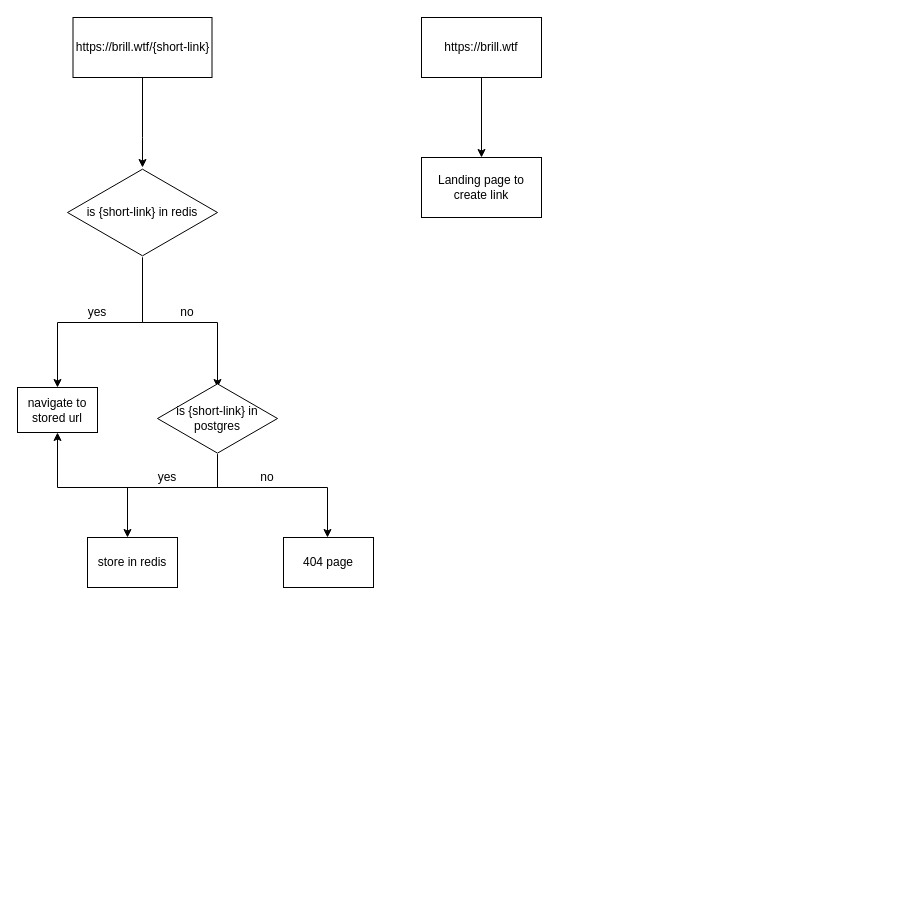
Before: brill-wtf-flow-architecture.drawio in cameronbrill/brill.wtf, a draw.io diagram. Source tidied: cells renumbered, new cells numbered last; positions are measured from the earlier drawing's top-left corner, leaving out a move shared by most shapes. Both pictures are drawn from the tidied source at 100%, with x=0, y=0 at pixel (17, 17).
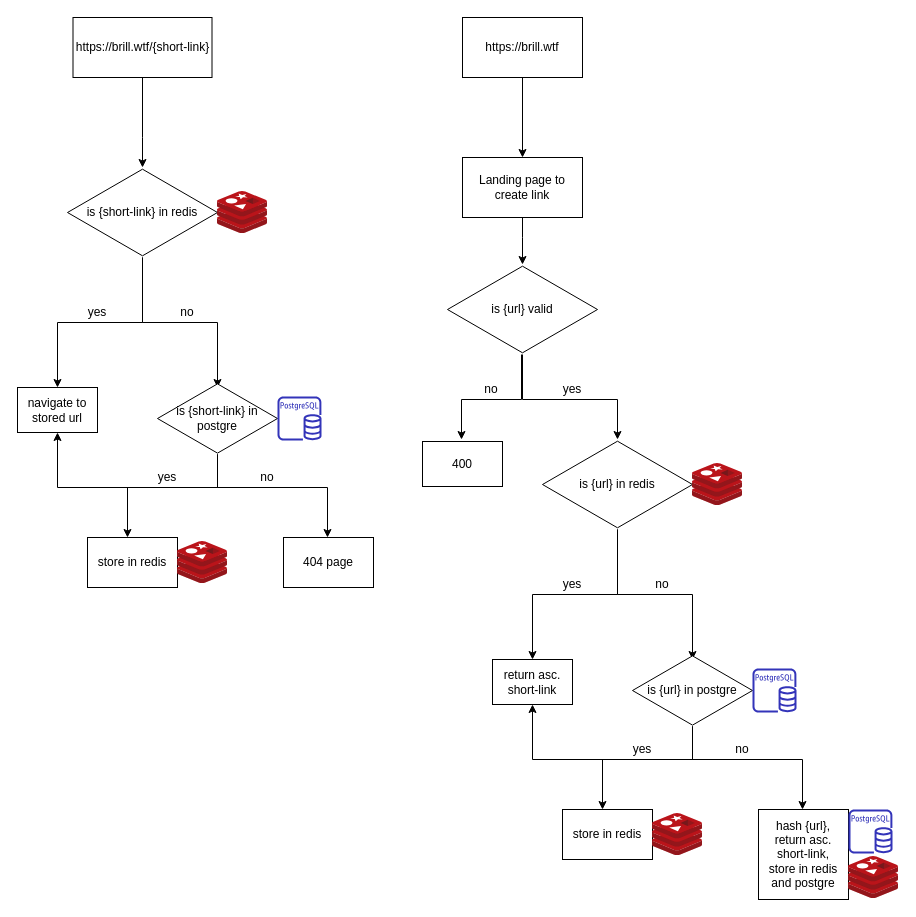
Above is the later version.

Commit message:
Finalize overall design doc

The edit, as a diff of the source:
```diff
@@
-    <mxCell id="13" value="is {short-link} in postgres" style="html=1;whiteSpace=wrap;shape=isoRectangle;" parent="1" vertex="1">
+    <mxCell id="13" value="is {short-link} in postgre" style="html=1;whiteSpace=wrap;shape=isoRectangle;" parent="1" vertex="1">
       <mxGeometry x="140" y="365" width="120" height="72" as="geometry" />
     </mxCell>
@@
     <mxCell id="19" value="https://brill.wtf" style="rounded=0;whiteSpace=wrap;html=1;" parent="1" vertex="1">
-      <mxGeometry x="404" width="120" height="60" as="geometry" />
+      <mxGeometry x="445" width="120" height="60" as="geometry" />
     </mxCell>
+    <mxCell id="21" style="edgeStyle=orthogonalEdgeStyle;rounded=0;jettySize=auto;html=1;startArrow=none;startFill=0;" parent="1" edge="1" source="20" target="45">
+      <mxGeometry relative="1" as="geometry">
+        <Array as="points">
+          <mxPoint x="505" y="220" />
+          <mxPoint x="505" y="220" />
+        </Array>
+      </mxGeometry>
+    </mxCell>
     <mxCell id="20" value="Landing page to create link" style="rounded=0;whiteSpace=wrap;html=1;" parent="1" vertex="1">
-      <mxGeometry x="404" y="140" width="120" height="60" as="geometry" />
+      <mxGeometry x="445" y="140" width="120" height="60" as="geometry" />
     </mxCell>
+    <mxCell id="22" style="html=1;align=center;image;fontSize=12;image=img/lib/mscae/Cache_Redis_Product.svg;" parent="1" vertex="1">
+      <mxGeometry x="200" y="174" width="50" height="42" as="geometry" />
+    </mxCell>
+    <mxCell id="23" style="html=1;align=center;image;fontSize=12;image=img/lib/mscae/Cache_Redis_Product.svg;" parent="1" vertex="1">
+      <mxGeometry x="160" y="524" width="50" height="42" as="geometry" />
+    </mxCell>
+    <mxCell id="24" style="fontColor=#232F3E;gradientColor=none;fillColor=#3334B9;strokeColor=none;dashed=0;verticalLabelPosition=bottom;verticalAlign=top;align=center;html=1;fontSize=12;fontStyle=0;shape=mxgraph.aws4.rds_postgresql_instance;" parent="1" vertex="1">
+      <mxGeometry x="260" y="379" width="44" height="44" as="geometry" />
+    </mxCell>
+    <mxCell id="25" style="edgeStyle=orthogonalEdgeStyle;rounded=0;jettySize=auto;html=1;startArrow=none;startFill=0;" parent="1" edge="1" source="26">
+      <mxGeometry relative="1" as="geometry">
+        <mxPoint x="515" y="642" as="targetPoint" />
+        <Array as="points">
+          <mxPoint x="600" y="577" />
+          <mxPoint x="515" y="577" />
+        </Array>
+      </mxGeometry>
+    </mxCell>
+    <mxCell id="26" value="is {url} in redis" style="html=1;whiteSpace=wrap;shape=isoRectangle;" parent="1" vertex="1">
+      <mxGeometry x="525" y="422" width="150" height="90" as="geometry" />
+    </mxCell>
+    <mxCell id="27" value="yes" style="text;html=1;strokeColor=none;fillColor=none;align=center;verticalAlign=middle;whiteSpace=wrap;rounded=0;" parent="1" vertex="1">
+      <mxGeometry x="535" y="557" width="40" height="20" as="geometry" />
+    </mxCell>
+    <mxCell id="28" style="edgeStyle=orthogonalEdgeStyle;rounded=0;orthogonalLoop=1;jettySize=auto;html=1;startArrow=none;startFill=0;" parent="1" edge="1">
+      <mxGeometry relative="1" as="geometry">
+        <mxPoint x="600" y="512" as="sourcePoint" />
+        <mxPoint x="675" y="642" as="targetPoint" />
+        <Array as="points">
+          <mxPoint x="600" y="577" />
+          <mxPoint x="675" y="577" />
+          <mxPoint x="675" y="642" />
+        </Array>
+      </mxGeometry>
+    </mxCell>
+    <mxCell id="29" value="no" style="text;html=1;strokeColor=none;fillColor=none;align=center;verticalAlign=middle;whiteSpace=wrap;rounded=0;" parent="1" vertex="1">
+      <mxGeometry x="625" y="557" width="40" height="20" as="geometry" />
+    </mxCell>
+    <mxCell id="30" value="return asc. short-link" style="rounded=0;whiteSpace=wrap;html=1;" parent="1" vertex="1">
+      <mxGeometry x="475" y="642" width="80" height="45" as="geometry" />
+    </mxCell>
+    <mxCell id="31" style="edgeStyle=orthogonalEdgeStyle;rounded=0;jettySize=auto;html=1;startArrow=none;startFill=0;" parent="1" edge="1" source="34">
+      <mxGeometry relative="1" as="geometry">
+        <mxPoint x="585" y="792" as="targetPoint" />
+        <Array as="points">
+          <mxPoint x="675" y="742" />
+          <mxPoint x="585" y="742" />
+        </Array>
+      </mxGeometry>
+    </mxCell>
+    <mxCell id="32" style="edgeStyle=orthogonalEdgeStyle;rounded=0;jettySize=auto;html=1;entryX=0.5;entryY=1;entryDx=0;entryDy=0;startArrow=none;startFill=0;" parent="1" edge="1" source="34" target="30">
+      <mxGeometry relative="1" as="geometry">
+        <Array as="points">
+          <mxPoint x="675" y="742" />
+          <mxPoint x="515" y="742" />
+        </Array>
+      </mxGeometry>
+    </mxCell>
+    <mxCell id="33" style="edgeStyle=orthogonalEdgeStyle;rounded=0;jettySize=auto;html=1;startArrow=none;startFill=0;" parent="1" edge="1" source="34">
+      <mxGeometry relative="1" as="geometry">
+        <mxPoint x="785" y="792" as="targetPoint" />
+        <Array as="points">
+          <mxPoint x="675" y="742" />
+          <mxPoint x="785" y="742" />
+        </Array>
+      </mxGeometry>
+    </mxCell>
+    <mxCell id="34" value="is {url} in postgre" style="html=1;whiteSpace=wrap;shape=isoRectangle;" parent="1" vertex="1">
+      <mxGeometry x="615" y="637" width="120" height="72" as="geometry" />
+    </mxCell>
+    <mxCell id="35" value="yes" style="text;html=1;strokeColor=none;fillColor=none;align=center;verticalAlign=middle;whiteSpace=wrap;rounded=0;" parent="1" vertex="1">
+      <mxGeometry x="605" y="722" width="40" height="20" as="geometry" />
+    </mxCell>
+    <mxCell id="36" value="store in redis" style="rounded=0;whiteSpace=wrap;html=1;" parent="1" vertex="1">
+      <mxGeometry x="545" y="792" width="90" height="50" as="geometry" />
+    </mxCell>
+    <mxCell id="37" value="no" style="text;html=1;strokeColor=none;fillColor=none;align=center;verticalAlign=middle;whiteSpace=wrap;rounded=0;" parent="1" vertex="1">
+      <mxGeometry x="705" y="722" width="40" height="20" as="geometry" />
+    </mxCell>
+    <mxCell id="38" value="hash {url}, return asc. short-link,&lt;br&gt;store in redis and postgre" style="rounded=0;whiteSpace=wrap;html=1;" parent="1" vertex="1">
+      <mxGeometry x="741" y="792" width="90" height="90" as="geometry" />
+    </mxCell>
+    <mxCell id="39" style="html=1;align=center;image;fontSize=12;image=img/lib/mscae/Cache_Redis_Product.svg;" parent="1" vertex="1">
+      <mxGeometry x="675" y="446" width="50" height="42" as="geometry" />
+    </mxCell>
+    <mxCell id="40" style="html=1;align=center;image;fontSize=12;image=img/lib/mscae/Cache_Redis_Product.svg;" parent="1" vertex="1">
+      <mxGeometry x="635" y="796" width="50" height="42" as="geometry" />
+    </mxCell>
+    <mxCell id="41" style="fontColor=#232F3E;gradientColor=none;fillColor=#3334B9;strokeColor=none;dashed=0;verticalLabelPosition=bottom;verticalAlign=top;align=center;html=1;fontSize=12;fontStyle=0;shape=mxgraph.aws4.rds_postgresql_instance;" parent="1" vertex="1">
+      <mxGeometry x="735" y="651" width="44" height="44" as="geometry" />
+    </mxCell>
+    <mxCell id="42" style="fontColor=#232F3E;gradientColor=none;fillColor=#3334B9;strokeColor=none;dashed=0;verticalLabelPosition=bottom;verticalAlign=top;align=center;html=1;fontSize=12;fontStyle=0;shape=mxgraph.aws4.rds_postgresql_instance;" parent="1" vertex="1">
+      <mxGeometry x="831" y="792" width="44" height="44" as="geometry" />
+    </mxCell>
+    <mxCell id="43" style="html=1;align=center;image;fontSize=12;image=img/lib/mscae/Cache_Redis_Product.svg;" parent="1" vertex="1">
+      <mxGeometry x="831" y="839" width="50" height="42" as="geometry" />
+    </mxCell>
+    <mxCell id="44" style="edgeStyle=orthogonalEdgeStyle;rounded=0;jettySize=auto;html=1;startArrow=none;startFill=0;" parent="1" edge="1" source="45" target="26">
+      <mxGeometry relative="1" as="geometry">
+        <Array as="points">
+          <mxPoint x="505" y="382" />
+          <mxPoint x="600" y="382" />
+        </Array>
+      </mxGeometry>
+    </mxCell>
+    <mxCell id="45" value="is {url} valid" style="html=1;whiteSpace=wrap;shape=isoRectangle;" parent="1" vertex="1">
+      <mxGeometry x="430" y="247" width="150" height="90" as="geometry" />
+    </mxCell>
+    <mxCell id="46" value="yes" style="text;html=1;strokeColor=none;fillColor=none;align=center;verticalAlign=middle;whiteSpace=wrap;rounded=0;" parent="1" vertex="1">
+      <mxGeometry x="535" y="362" width="40" height="20" as="geometry" />
+    </mxCell>
+    <mxCell id="47" style="edgeStyle=orthogonalEdgeStyle;rounded=0;orthogonalLoop=1;jettySize=auto;html=1;startArrow=none;startFill=0;" parent="1" edge="1">
+      <mxGeometry relative="1" as="geometry">
+        <mxPoint x="504" y="337" as="sourcePoint" />
+        <mxPoint x="444" y="422" as="targetPoint" />
+        <Array as="points">
+          <mxPoint x="504" y="382" />
+          <mxPoint x="444" y="382" />
+        </Array>
+      </mxGeometry>
+    </mxCell>
+    <mxCell id="48" value="no" style="text;html=1;strokeColor=none;fillColor=none;align=center;verticalAlign=middle;whiteSpace=wrap;rounded=0;" parent="1" vertex="1">
+      <mxGeometry x="454" y="362" width="40" height="20" as="geometry" />
+    </mxCell>
+    <mxCell id="49" value="400" style="rounded=0;whiteSpace=wrap;html=1;" parent="1" vertex="1">
+      <mxGeometry x="405" y="424" width="80" height="45" as="geometry" />
+    </mxCell>
```
